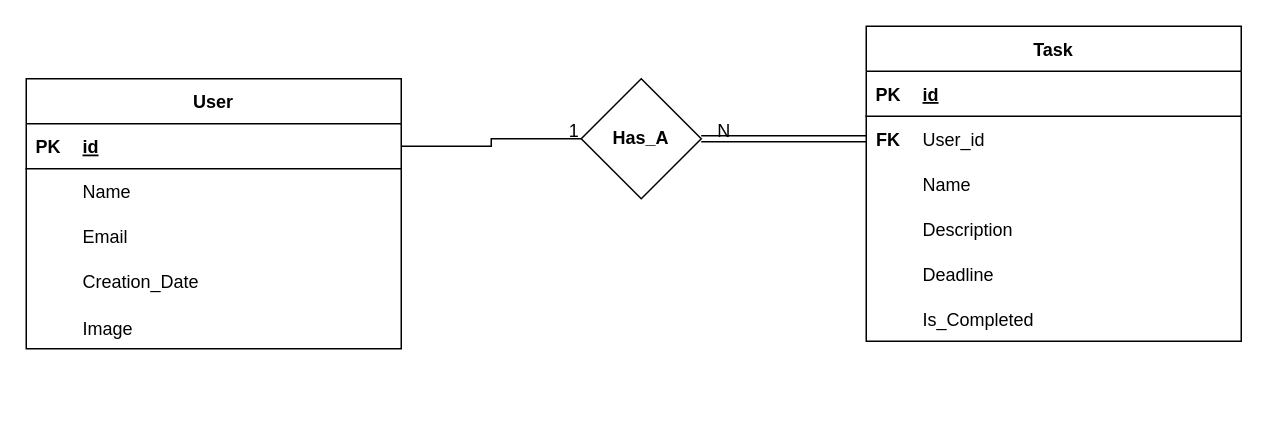
Above: DataBase design.drawio in Khalil3Amer/TODO (draw.io), before the change. Source tidied: cells renumbered, new cells numbered last; positions are measured from the earlier drawing's top-left corner, leaving out a move shared by most shapes. Both pictures are drawn from the tidied source at 150%, with x=0, y=0 at pixel (26, 26).
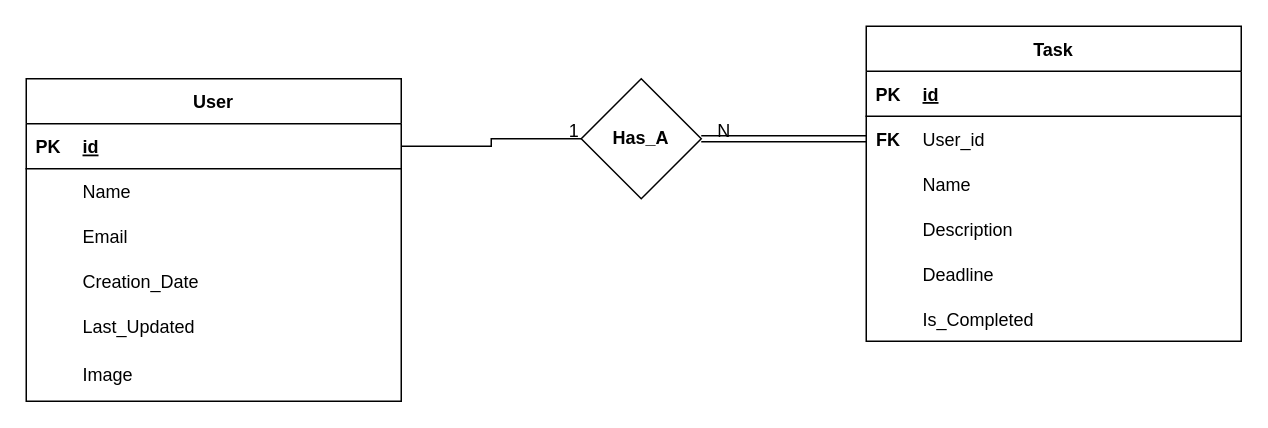
The same page after the edit.

Diff of the diagram source:
```diff
@@
     <mxCell id="2" value="User" style="shape=table;startSize=30;childLayout=tableLayout;rowLines=0;fontStyle=1;align=center;columnLines=0;" parent="1" vertex="1">
-      <mxGeometry y="35" width="250" height="180" as="geometry" />
+      <mxGeometry y="35" width="250" height="215" as="geometry" />
     </mxCell>
@@
     <mxCell id="15" value="Image" style="shape=partialRectangle;fillColor=none;top=0;left=0;bottom=0;right=0;align=left;spacingLeft=6;overflow=hidden;" parent="1" vertex="1">
-      <mxGeometry x="30" y="186" width="220" height="30" as="geometry" />
+      <mxGeometry x="30" y="217" width="220" height="30" as="geometry" />
     </mxCell>
@@
+    <mxCell id="36" value="Last_Updated" style="shape=partialRectangle;fillColor=none;top=0;left=0;bottom=0;right=0;align=left;spacingLeft=6;overflow=hidden;" parent="1" vertex="1">
+      <mxGeometry x="30" y="185" width="220" height="30" as="geometry" />
+    </mxCell>
```
